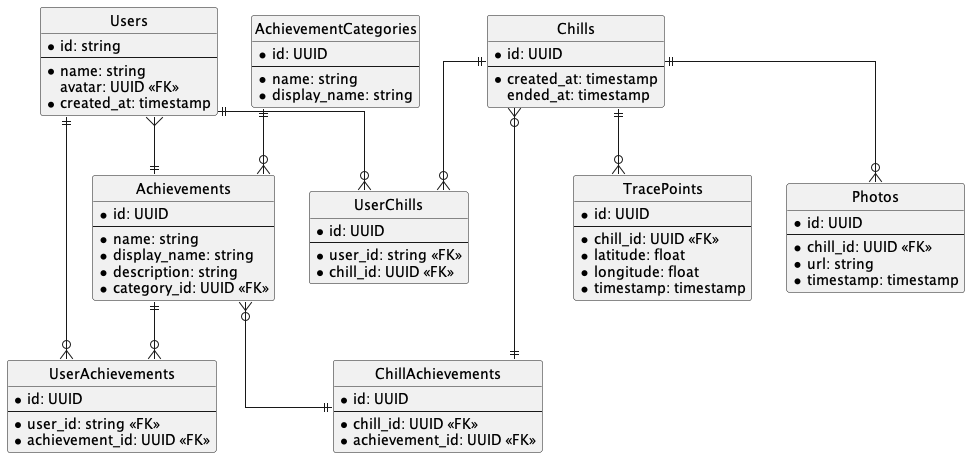
Above: docs/diagram/er_diagram.png in panna-cotta-2023/chilly-daze-gateway (PlantUML), before the change.
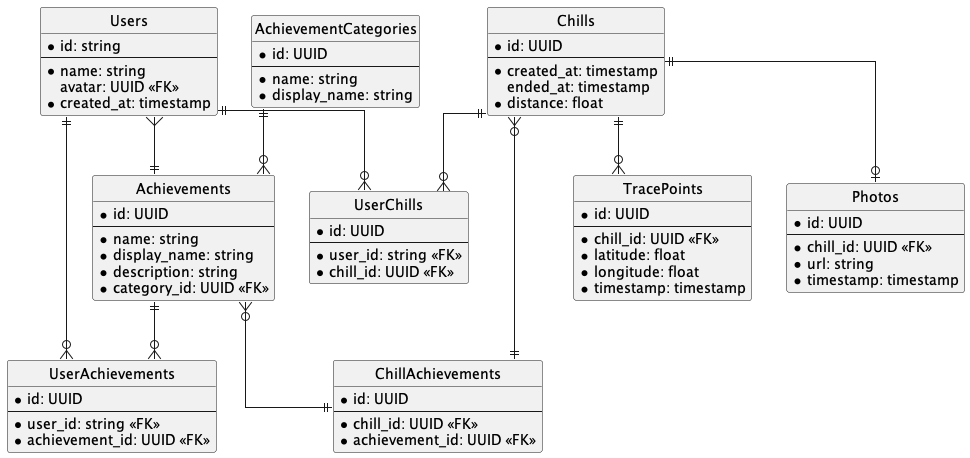
Later version of the same file.

Change to the diagram source:
```diff
@@ -40,6 +40,7 @@
   --
   * created_at: timestamp
   ended_at: timestamp
+  * distance: float
 }
 
 entity "UserChills" {
@@ -78,7 +79,7 @@
 Users ||--o{ UserChills
 Chills ||--o{ UserChills
 Chills ||--o{ TracePoints
-Chills ||--o{ Photos
+Chills ||--o| Photos
 AchievementCategories ||--o{ Achievements
 Users }--|| Achievements
 Achievements }o--|| ChillAchievements
```
